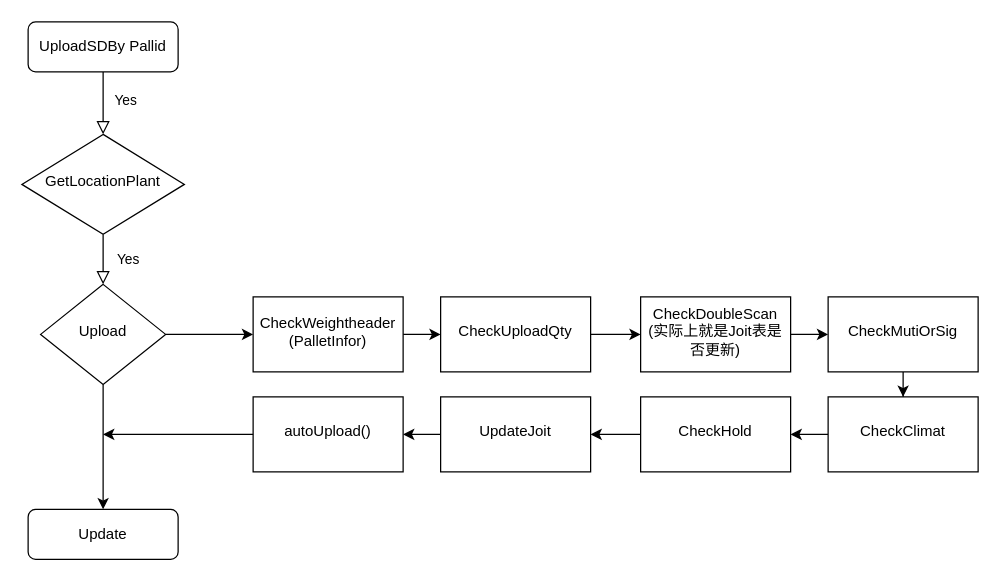
The draw.io diagram UploadSDByPallid.drawio in JoeyHangg/Picture, before the edit. Source tidied: cells renumbered, new cells numbered last; positions are measured from the earlier drawing's top-left corner, leaving out a move shared by most shapes. Both pictures are drawn from the tidied source at 125%, with x=0, y=0 at pixel (21, 21).
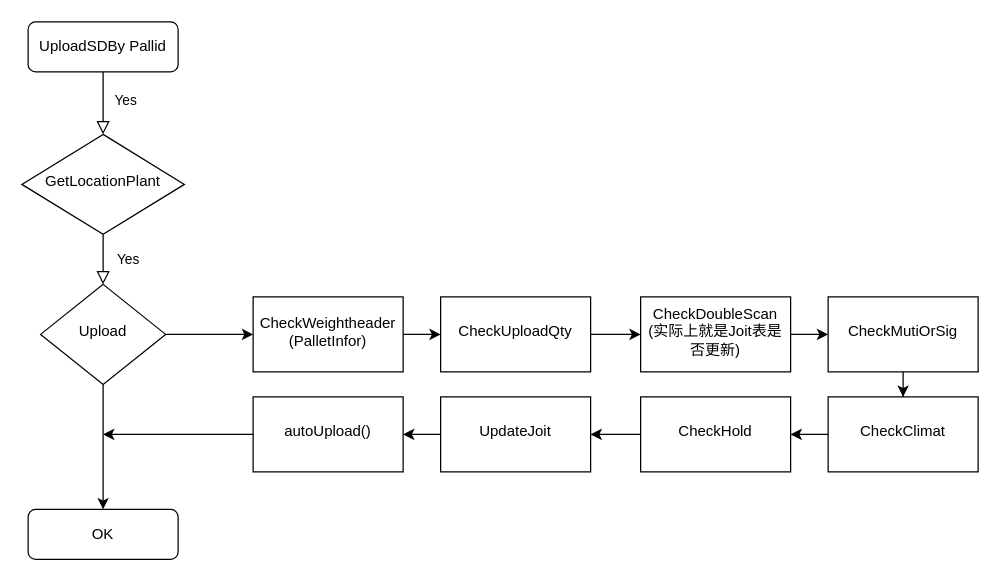
After the change.

Change to the diagram source:
```diff
@@
-    <mxCell id="10" value="Update" style="rounded=1;whiteSpace=wrap;html=1;fontSize=12;glass=0;strokeWidth=1;shadow=0;" parent="1" vertex="1">
+    <mxCell id="10" value="OK" style="rounded=1;whiteSpace=wrap;html=1;fontSize=12;glass=0;strokeWidth=1;shadow=0;" parent="1" vertex="1">
       <mxGeometry x="5" y="390" width="120" height="40" as="geometry" />
     </mxCell>
```
